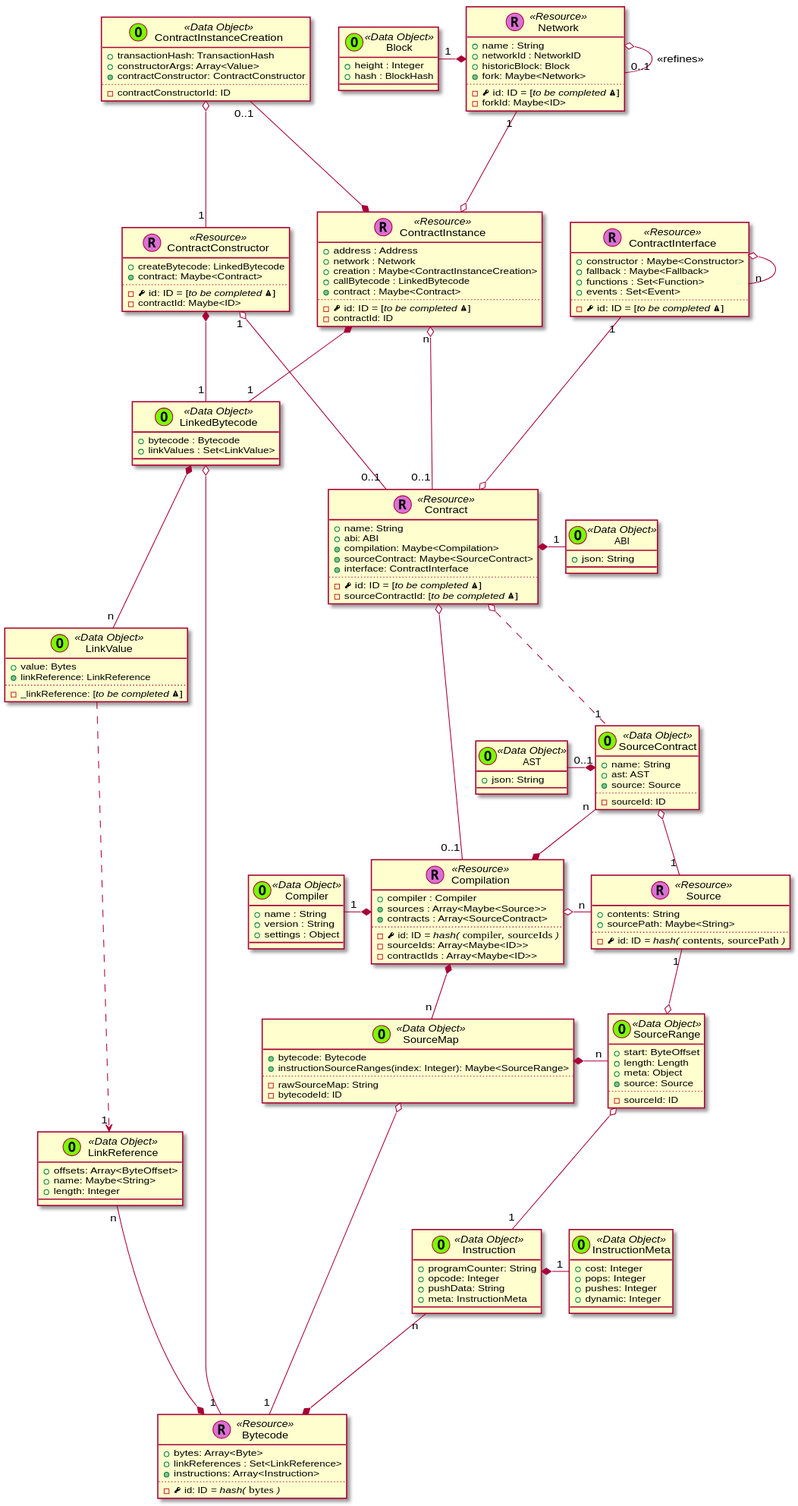
The PlantUML diagram _images/plantuml-6a7e6c70ea4c8042eec172cf9cbb8c24cc2aff44.svg in trufflesuite/artifact-updates, before a commit.
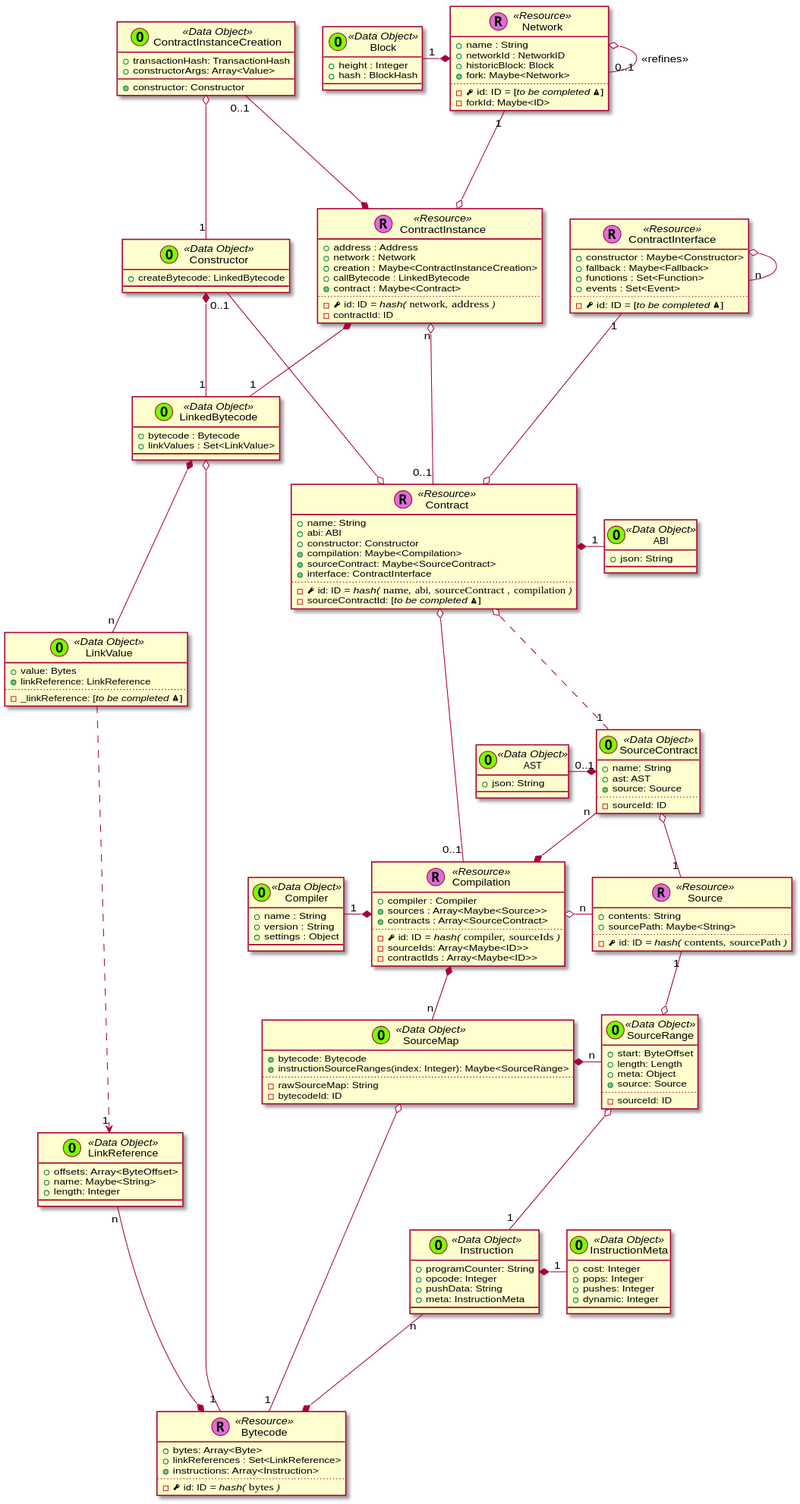
Above is the later version.

The edit, as a diff of the source:
```diff
@@ -13,11 +13,12 @@
     class Contract << (R,orchid) Resource >> {
       + name: String
       + abi: ABI
+      + constructor: Constructor
       + {method} compilation: Maybe<Compilation>
       + {method} sourceContract: Maybe<SourceContract>
       + {method} interface: ContractInterface
       ..
-      - {field} <&key> id: ID = [//to be completed <&warning>//]
+      - {field} <&key> id: ID //= hash(// ""name""//,// ""abi""//,// ""sourceContract"" //,// ""compilation"" //)//
       - sourceContractId: [//to be completed <&warning>//]
     }
 
@@ -29,7 +30,7 @@
     + callBytecode : LinkedBytecode
     + {method} contract : Maybe<Contract>
     ..
-    - {field} <&key> id: ID = [//to be completed <&warning>//]
+    - {field} <&key> id: ID //= hash(// ""network""//,// ""address"" //)//
     - contractId: ID
   }
 
@@ -48,12 +49,8 @@
 
 
 
-  class ContractConstructor << (R,orchid) Resource >> {
+  class Constructor << (O,lawngreen) Data Object >> {
     + createBytecode: LinkedBytecode
-    + {method} contract: Maybe<Contract>
-    ..
-    - {field} <&key> id: ID = [//to be completed <&warning>//]
-    - contractId: Maybe<ID>
   }
 
 
@@ -144,9 +141,7 @@
     class ContractInstanceCreation << (O,lawngreen) Data Object >> {
       + transactionHash: TransactionHash
       + constructorArgs: Array<Value>
-      + {method} contractConstructor: ContractConstructor
-      ..
-      - contractConstructorId: ID
+      + {method} constructor: Constructor
     }
 
     class LinkValue << (O,lawngreen) Data Object >> {
@@ -203,7 +198,7 @@
 
   ContractInstance "n" o--- "0..1" Contract
 
-  ContractConstructor "1" o--- "0..1" Contract
+  Constructor "0..1" ---o Contract
 
   ContractInterface "1" ---o Contract
 
@@ -224,11 +219,11 @@
 
   Network "1" ---o ContractInstance
 
-  ContractInstanceCreation o-- "1" ContractConstructor
+  ContractInstanceCreation o-- "1" Constructor
 
   ContractInstance *-- "1" LinkedBytecode
 
-  ContractConstructor *-- "1" LinkedBytecode
+  Constructor *-- "1" LinkedBytecode
 
   Compilation *-left- "1" Compiler
 
```
